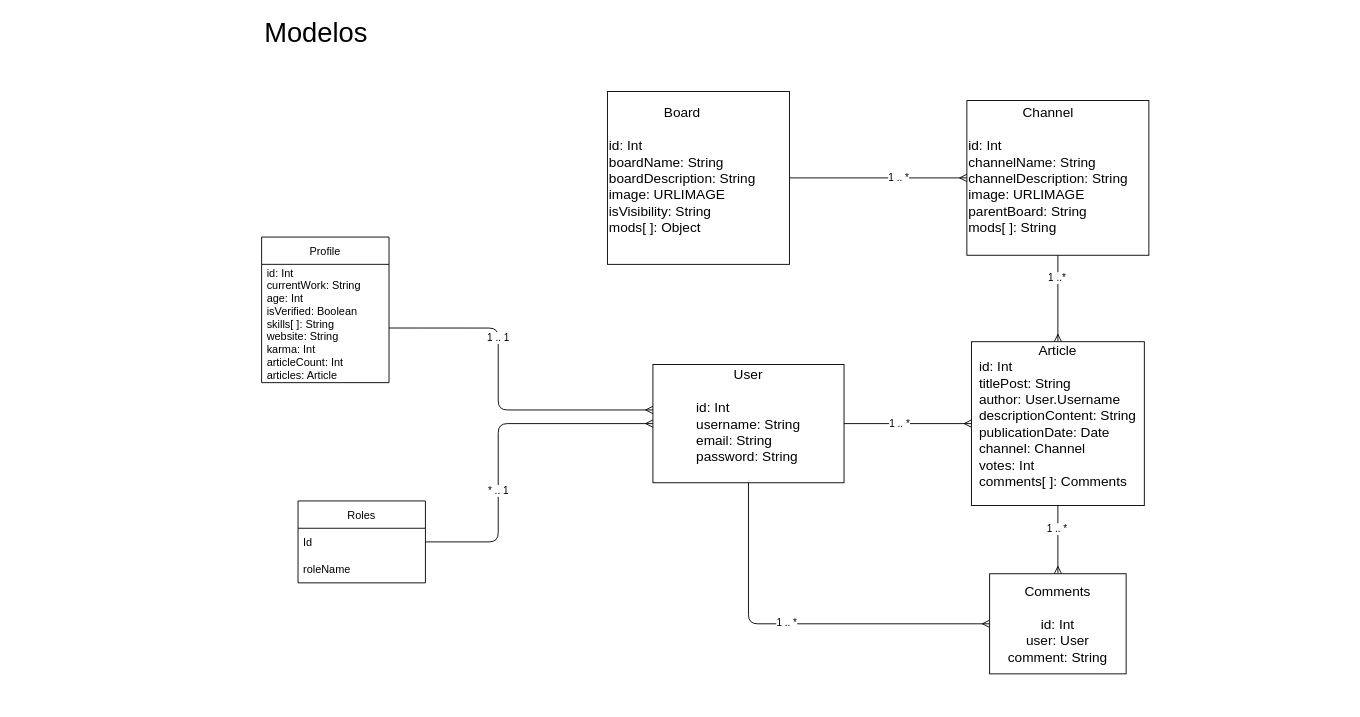
The draw.io diagram page "Models" (1 of 3) of main.drawio in 0Mando/SocialNetworkAnalysis, before the edit. Source tidied: cells renumbered, new cells numbered last; positions are measured from the earlier drawing's top-left corner, leaving out a move shared by most shapes. Both pictures are drawn from the tidied source at 91%, with x=0, y=0 at pixel (261, 18).
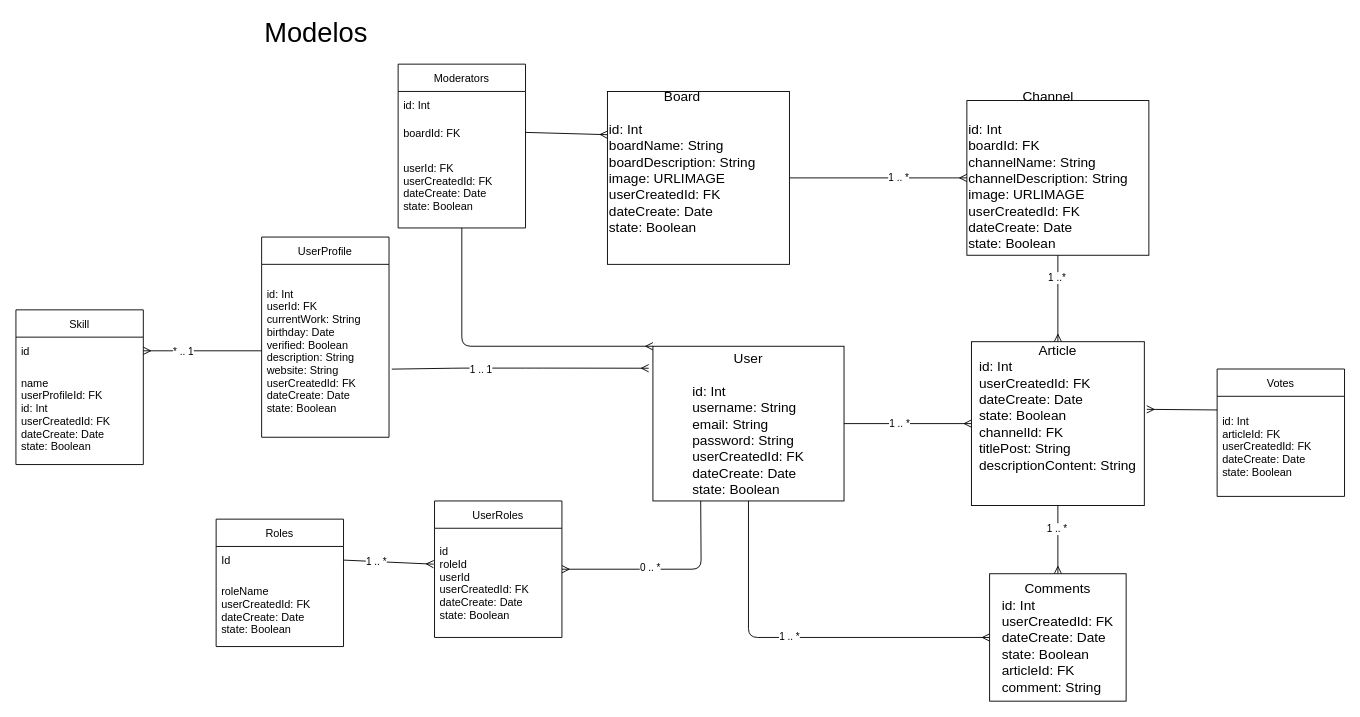
The same page after the edit.

The change refers to these unchanged cells:
```xml
<mxCell id="19" value="Id" style="text;strokeColor=none;fillColor=none;align=left;verticalAlign=middle;spacingLeft=4;spacingRight=4;overflow=hidden;points=[[0,0.5],[1,0.5]];portConstraint=eastwest;" parent="18" vertex="1">
  <mxGeometry y="30" width="140" height="30" as="geometry" />
</mxCell>
```

Diff of the diagram source:
```diff
@@
     <mxCell id="5" style="edgeStyle=none;html=1;exitX=0.5;exitY=1;exitDx=0;exitDy=0;entryX=0;entryY=0.5;entryDx=0;entryDy=0;endArrow=ERmany;endFill=0;" parent="1" edge="1" source="7" target="17">
       <mxGeometry relative="1" as="geometry">
         <Array as="points">
-          <mxPoint x="535" y="665" />
+          <mxPoint x="535" y="680" />
         </Array>
       </mxGeometry>
     </mxCell>
@@
+    <mxCell id="27" style="edgeStyle=none;html=1;exitX=0.25;exitY=1;exitDx=0;exitDy=0;entryX=1;entryY=0.5;entryDx=0;entryDy=0;endArrow=ERmany;endFill=0;" parent="1" edge="1" source="7" target="36">
+      <mxGeometry relative="1" as="geometry">
+        <Array as="points">
+          <mxPoint x="483" y="605" />
+        </Array>
+      </mxGeometry>
+    </mxCell>
+    <mxCell id="28" value="0 .. *" style="edgeLabel;html=1;align=center;verticalAlign=middle;" parent="27" vertex="1">
+      <mxGeometry x="0.16" y="-2" relative="1" as="geometry" />
+    </mxCell>
-    <mxCell id="7" value="User&lt;br&gt;&lt;br&gt;&lt;div style=&quot;text-align: left&quot;&gt;&lt;span&gt;id: Int&lt;/span&gt;&lt;/div&gt;&lt;div style=&quot;text-align: left&quot;&gt;&lt;span&gt;username: String&lt;/span&gt;&lt;/div&gt;&lt;div style=&quot;text-align: left&quot;&gt;&lt;span&gt;email: String&lt;/span&gt;&lt;/div&gt;&lt;div style=&quot;text-align: left&quot;&gt;&lt;span&gt;password: String&lt;/span&gt;&lt;/div&gt;&lt;div style=&quot;text-align: left&quot;&gt;&lt;br&gt;&lt;/div&gt;" style="rounded=0;whiteSpace=wrap;html=1;fontSize=15;" parent="1" vertex="1">
-      <mxGeometry x="430" y="380" width="210" height="130" as="geometry" />
+    <mxCell id="7" value="User&lt;br&gt;&lt;br&gt;&lt;div style=&quot;text-align: left&quot;&gt;&lt;span&gt;id: Int&lt;/span&gt;&lt;/div&gt;&lt;div style=&quot;text-align: left&quot;&gt;&lt;span&gt;username: String&lt;/span&gt;&lt;/div&gt;&lt;div style=&quot;text-align: left&quot;&gt;&lt;span&gt;email: String&lt;/span&gt;&lt;/div&gt;&lt;div style=&quot;text-align: left&quot;&gt;&lt;span&gt;password: String&lt;/span&gt;&lt;/div&gt;&lt;div style=&quot;text-align: left&quot;&gt;&lt;div&gt;&lt;div&gt;userCreatedId: FK&lt;/div&gt;&lt;div&gt;dateCreate: Date&lt;br&gt;&lt;/div&gt;&lt;div&gt;state: Boolean&lt;/div&gt;&lt;/div&gt;&lt;/div&gt;" style="rounded=0;whiteSpace=wrap;html=1;fontSize=15;" parent="1" vertex="1">
+      <mxGeometry x="430" y="360" width="210" height="170" as="geometry" />
     </mxCell>
@@
-    <mxCell id="10" value="Article&lt;br&gt;&lt;div style=&quot;text-align: left&quot;&gt;id: Int&lt;/div&gt;&lt;div style=&quot;text-align: left&quot;&gt;&lt;span&gt;titlePost: String&lt;/span&gt;&lt;/div&gt;&lt;div style=&quot;text-align: left&quot;&gt;&lt;span&gt;author: User.Username&lt;/span&gt;&lt;/div&gt;&lt;div style=&quot;text-align: left&quot;&gt;&lt;span&gt;descriptionContent: String&lt;/span&gt;&lt;/div&gt;&lt;div style=&quot;text-align: left&quot;&gt;publicationDate: Date&lt;/div&gt;&lt;div style=&quot;text-align: left&quot;&gt;channel: Channel&lt;/div&gt;&lt;div style=&quot;text-align: left&quot;&gt;votes: Int&lt;/div&gt;&lt;div style=&quot;text-align: left&quot;&gt;comments[ ]: Comments&lt;/div&gt;&lt;div style=&quot;text-align: left&quot;&gt;&lt;br&gt;&lt;/div&gt;" style="rounded=0;whiteSpace=wrap;html=1;fontSize=15;" parent="1" vertex="1">
+    <mxCell id="10" value="Article&lt;br&gt;&lt;div style=&quot;text-align: left&quot;&gt;id: Int&lt;/div&gt;&lt;div style=&quot;text-align: left&quot;&gt;&lt;div&gt;userCreatedId: FK&lt;/div&gt;&lt;div&gt;dateCreate: Date&lt;br&gt;&lt;/div&gt;&lt;div&gt;state: Boolean&lt;/div&gt;&lt;/div&gt;&lt;div style=&quot;text-align: left&quot;&gt;channelId: FK&lt;br&gt;&lt;/div&gt;&lt;div style=&quot;text-align: left&quot;&gt;&lt;span&gt;titlePost: String&lt;/span&gt;&lt;/div&gt;&lt;div style=&quot;text-align: left&quot;&gt;&lt;span&gt;descriptionContent: String&lt;/span&gt;&lt;br&gt;&lt;/div&gt;&lt;div style=&quot;text-align: left&quot;&gt;&lt;br&gt;&lt;/div&gt;&lt;div style=&quot;text-align: left&quot;&gt;&lt;br&gt;&lt;/div&gt;" style="rounded=0;whiteSpace=wrap;html=1;fontSize=15;" parent="1" vertex="1">
       <mxGeometry x="780" y="355" width="190" height="180" as="geometry" />
     </mxCell>
@@
-    <mxCell id="13" value="&lt;div style=&quot;text-align: center&quot;&gt;&lt;span&gt;Channel&lt;/span&gt;&lt;/div&gt;&lt;div&gt;&lt;span style=&quot;font-size: 15px&quot;&gt;&lt;br&gt;&lt;/span&gt;&lt;/div&gt;&lt;div&gt;&lt;div&gt;&lt;span&gt;id: Int&lt;/span&gt;&lt;/div&gt;&lt;div&gt;&lt;span&gt;channelName: String&lt;/span&gt;&lt;/div&gt;&lt;span&gt;&lt;div&gt;&lt;span&gt;channelDescription: String&lt;/span&gt;&lt;/div&gt;&lt;/span&gt;&lt;span&gt;&lt;div&gt;&lt;span&gt;image: URLIMAGE&lt;/span&gt;&lt;/div&gt;&lt;div&gt;parentBoard: String&lt;/div&gt;&lt;div&gt;mods[ ]: String&lt;/div&gt;&lt;div&gt;&lt;br&gt;&lt;/div&gt;&lt;/span&gt;&lt;/div&gt;" style="rounded=0;whiteSpace=wrap;html=1;fontSize=15;align=left;" parent="1" vertex="1">
+    <mxCell id="13" value="&lt;div style=&quot;text-align: center&quot;&gt;&lt;span&gt;Channel&lt;/span&gt;&lt;/div&gt;&lt;div&gt;&lt;span style=&quot;font-size: 15px&quot;&gt;&lt;br&gt;&lt;/span&gt;&lt;/div&gt;&lt;div&gt;&lt;div&gt;&lt;span&gt;id: Int&lt;/span&gt;&lt;/div&gt;&lt;div&gt;&lt;span&gt;boardId: FK&lt;/span&gt;&lt;/div&gt;&lt;div&gt;&lt;span&gt;channelName: String&lt;/span&gt;&lt;/div&gt;&lt;span&gt;&lt;div&gt;&lt;span&gt;channelDescription: String&lt;/span&gt;&lt;/div&gt;&lt;/span&gt;&lt;span&gt;&lt;div&gt;&lt;span&gt;image: URLIMAGE&lt;/span&gt;&lt;/div&gt;&lt;div&gt;&lt;div&gt;&lt;div&gt;userCreatedId: FK&lt;/div&gt;&lt;div&gt;dateCreate: Date&lt;br&gt;&lt;/div&gt;&lt;div&gt;state: Boolean&lt;/div&gt;&lt;/div&gt;&lt;/div&gt;&lt;div&gt;&lt;br&gt;&lt;/div&gt;&lt;/span&gt;&lt;/div&gt;" style="rounded=0;whiteSpace=wrap;html=1;fontSize=15;align=left;" parent="1" vertex="1">
       <mxGeometry x="775" y="90" width="200" height="170" as="geometry" />
     </mxCell>
@@
-    <mxCell id="16" value="&lt;div style=&quot;text-align: center&quot;&gt;Board&lt;/div&gt;&lt;div style=&quot;text-align: center&quot;&gt;&lt;br&gt;&lt;/div&gt;&lt;div&gt;&lt;div&gt;&lt;span&gt;id: Int&lt;/span&gt;&lt;/div&gt;&lt;div&gt;&lt;span&gt;boardName: String&lt;/span&gt;&lt;/div&gt;&lt;span&gt;&lt;div&gt;&lt;span&gt;boardDescription: String&lt;/span&gt;&lt;/div&gt;&lt;/span&gt;&lt;span&gt;&lt;div&gt;&lt;span&gt;image: URLIMAGE&lt;/span&gt;&lt;/div&gt;&lt;div&gt;isVisibility: String&lt;/div&gt;&lt;div&gt;mods[ ]: Object&lt;/div&gt;&lt;div&gt;&lt;br&gt;&lt;/div&gt;&lt;/span&gt;&lt;/div&gt;" style="rounded=0;whiteSpace=wrap;html=1;fontSize=15;align=left;" parent="1" vertex="1">
+    <mxCell id="16" value="&lt;div style=&quot;text-align: center&quot;&gt;Board&lt;/div&gt;&lt;div style=&quot;text-align: center&quot;&gt;&lt;br&gt;&lt;/div&gt;&lt;div&gt;&lt;div&gt;&lt;span&gt;id: Int&lt;/span&gt;&lt;/div&gt;&lt;div&gt;&lt;span&gt;boardName: String&lt;/span&gt;&lt;/div&gt;&lt;span&gt;&lt;div&gt;&lt;span&gt;boardDescription: String&lt;/span&gt;&lt;/div&gt;&lt;/span&gt;&lt;span&gt;&lt;div&gt;&lt;span&gt;image: URLIMAGE&lt;/span&gt;&lt;/div&gt;&lt;div&gt;&lt;div&gt;&lt;div&gt;userCreatedId: FK&lt;/div&gt;&lt;div&gt;dateCreate: Date&lt;br&gt;&lt;/div&gt;&lt;div&gt;state: Boolean&lt;/div&gt;&lt;/div&gt;&lt;/div&gt;&lt;div&gt;&lt;br&gt;&lt;/div&gt;&lt;div&gt;&lt;br&gt;&lt;/div&gt;&lt;/span&gt;&lt;/div&gt;" style="rounded=0;whiteSpace=wrap;html=1;fontSize=15;align=left;" parent="1" vertex="1">
       <mxGeometry x="380" y="80" width="200" height="190" as="geometry" />
     </mxCell>
-    <mxCell id="17" value="Comments&lt;br&gt;&lt;br&gt;id: Int&lt;br&gt;user: User&lt;br&gt;comment: String" style="whiteSpace=wrap;html=1;fontSize=15;" parent="1" vertex="1">
-      <mxGeometry x="800" y="610" width="150" height="110" as="geometry" />
+    <mxCell id="17" value="Comments&lt;br&gt;&lt;div style=&quot;text-align: left&quot;&gt;id: Int&lt;/div&gt;&lt;div style=&quot;text-align: left&quot;&gt;&lt;div&gt;userCreatedId: FK&lt;/div&gt;&lt;div&gt;dateCreate: Date&lt;br&gt;&lt;/div&gt;&lt;div&gt;state: Boolean&lt;/div&gt;&lt;/div&gt;&lt;div style=&quot;text-align: left&quot;&gt;&lt;span&gt;articleId: FK&lt;/span&gt;&lt;/div&gt;&lt;div style=&quot;text-align: left&quot;&gt;&lt;span&gt;comment: String&lt;/span&gt;&lt;/div&gt;" style="whiteSpace=wrap;html=1;fontSize=15;" parent="1" vertex="1">
+      <mxGeometry x="800" y="610" width="150" height="140" as="geometry" />
     </mxCell>
     <mxCell id="18" value="Roles" style="swimlane;fontStyle=0;horizontal=1;startSize=30;" parent="1" vertex="1">
-      <mxGeometry x="40" y="530" width="140" height="90" as="geometry" />
+      <mxGeometry x="-50" y="550" width="140" height="140" as="geometry" />
     </mxCell>
@@
-    <mxCell id="20" value="roleName" style="text;strokeColor=none;fillColor=none;align=left;verticalAlign=middle;spacingLeft=4;spacingRight=4;overflow=hidden;" parent="18" vertex="1">
-      <mxGeometry y="60" width="140" height="30" as="geometry" />
+    <mxCell id="20" value="roleName&#10;userCreatedId: FK&#10;dateCreate: Date&#10;state: Boolean" style="text;strokeColor=none;fillColor=none;align=left;verticalAlign=middle;spacingLeft=4;spacingRight=4;overflow=hidden;" parent="18" vertex="1">
+      <mxGeometry y="60" width="140" height="80" as="geometry" />
     </mxCell>
-    <mxCell id="21" style="edgeStyle=none;html=1;exitX=1;exitY=0.5;exitDx=0;exitDy=0;entryX=0;entryY=0.5;entryDx=0;entryDy=0;endArrow=ERmany;endFill=0;" parent="1" edge="1" source="19" target="7">
-      <mxGeometry relative="1" as="geometry">
-        <Array as="points">
-          <mxPoint x="260" y="575" />
-          <mxPoint x="260" y="445" />
-        </Array>
-      </mxGeometry>
-    </mxCell>
-    <mxCell id="22" value="* .. 1" style="edgeLabel;html=1;align=center;verticalAlign=middle;" parent="21" vertex="1">
-      <mxGeometry x="-0.28" y="1" relative="1" as="geometry" />
-    </mxCell>
-    <mxCell id="23" value="Profile" style="swimlane;fontStyle=0;horizontal=1;startSize=30;" parent="1" vertex="1">
-      <mxGeometry y="240" width="140" height="160" as="geometry" />
+    <mxCell id="23" value="UserProfile" style="swimlane;fontStyle=0;horizontal=1;startSize=30;" parent="1" vertex="1">
+      <mxGeometry y="240" width="140" height="220" as="geometry" />
     </mxCell>
-    <mxCell id="24" value="id: Int&#10;currentWork: String&#10;age: Int&#10;isVerified: Boolean&#10;skills[ ]: String&#10;website: String&#10;karma: Int&#10;articleCount: Int&#10;articles: Article" style="text;strokeColor=none;fillColor=none;align=left;verticalAlign=middle;spacingLeft=4;spacingRight=4;overflow=hidden;points=[[0,0.5],[1,0.5]];portConstraint=eastwest;" parent="23" vertex="1">
-      <mxGeometry y="30" width="140" height="130" as="geometry" />
+    <mxCell id="24" value="id: Int&#10;userId: FK&#10;currentWork: String&#10;birthday: Date&#10;verified: Boolean&#10;description: String&#10;website: String&#10;userCreatedId: FK&#10;dateCreate: Date&#10;state: Boolean" style="text;strokeColor=none;fillColor=none;align=left;verticalAlign=middle;spacingLeft=4;spacingRight=4;overflow=hidden;points=[[0,0.5],[1,0.5]];portConstraint=eastwest;" parent="23" vertex="1">
+      <mxGeometry y="30" width="140" height="190" as="geometry" />
     </mxCell>
-    <mxCell id="25" style="edgeStyle=none;html=1;endArrow=ERmany;endFill=0;exitX=1;exitY=0.538;exitDx=0;exitDy=0;exitPerimeter=0;" parent="1" edge="1" source="24">
+    <mxCell id="25" style="edgeStyle=none;html=1;endArrow=ERmany;endFill=0;exitX=1.022;exitY=0.606;exitDx=0;exitDy=0;exitPerimeter=0;entryX=-0.022;entryY=0.142;entryDx=0;entryDy=0;entryPerimeter=0;" parent="1" edge="1" source="24" target="7">
       <mxGeometry relative="1" as="geometry">
-        <mxPoint x="430" y="430" as="targetPoint" />
         <Array as="points">
-          <mxPoint x="260" y="340" />
-          <mxPoint x="260" y="430" />
+          <mxPoint x="220" y="384" />
+          <mxPoint x="300" y="384" />
         </Array>
       </mxGeometry>
     </mxCell>
@@
+    <mxCell id="29" value="Votes" style="swimlane;fontStyle=0;horizontal=1;startSize=30;" parent="1" vertex="1">
+      <mxGeometry x="1050" y="385" width="140" height="140" as="geometry" />
+    </mxCell>
+    <mxCell id="30" value="id: Int&#10;articleId: FK&#10;userCreatedId: FK&#10;dateCreate: Date&#10;state: Boolean" style="text;strokeColor=none;fillColor=none;align=left;verticalAlign=middle;spacingLeft=4;spacingRight=4;overflow=hidden;" parent="29" vertex="1">
+      <mxGeometry y="30" width="140" height="110" as="geometry" />
+    </mxCell>
+    <mxCell id="31" style="edgeStyle=none;html=1;exitX=0;exitY=0.5;exitDx=0;exitDy=0;entryX=1.014;entryY=0.413;entryDx=0;entryDy=0;entryPerimeter=0;endArrow=ERmany;endFill=0;" parent="1" edge="1" target="10">
+      <mxGeometry relative="1" as="geometry">
+        <mxPoint x="1050" y="430" as="sourcePoint" />
+      </mxGeometry>
+    </mxCell>
+    <mxCell id="32" value="Skill" style="swimlane;fontStyle=0;horizontal=1;startSize=30;" parent="1" vertex="1">
+      <mxGeometry x="-270" y="320" width="140" height="170" as="geometry" />
+    </mxCell>
+    <mxCell id="33" value="id" style="text;strokeColor=none;fillColor=none;align=left;verticalAlign=middle;spacingLeft=4;spacingRight=4;overflow=hidden;points=[[0,0.5],[1,0.5]];portConstraint=eastwest;" parent="32" vertex="1">
+      <mxGeometry y="30" width="140" height="30" as="geometry" />
+    </mxCell>
+    <mxCell id="34" value="name&#10;userProfileId: FK&#10;id: Int&#10;userCreatedId: FK&#10;dateCreate: Date&#10;state: Boolean" style="text;strokeColor=none;fillColor=none;align=left;verticalAlign=middle;spacingLeft=4;spacingRight=4;overflow=hidden;" parent="32" vertex="1">
+      <mxGeometry y="60" width="140" height="110" as="geometry" />
+    </mxCell>
+    <mxCell id="35" style="edgeStyle=none;html=1;endArrow=ERmany;endFill=0;entryX=1;entryY=0.5;entryDx=0;entryDy=0;" parent="1" edge="1" source="24" target="33">
+      <mxGeometry relative="1" as="geometry" />
+    </mxCell>
+    <mxCell id="22" value="* .. 1" style="edgeLabel;html=1;align=center;verticalAlign=middle;" parent="35" vertex="1">
+      <mxGeometry x="0.34" relative="1" as="geometry" />
+    </mxCell>
+    <mxCell id="36" value="UserRoles" style="swimlane;fontStyle=0;horizontal=1;startSize=30;" parent="1" vertex="1">
+      <mxGeometry x="190" y="530" width="140" height="150" as="geometry" />
+    </mxCell>
+    <mxCell id="37" value="id&#10;roleId&#10;userId&#10;userCreatedId: FK&#10;dateCreate: Date&#10;state: Boolean" style="text;strokeColor=none;fillColor=none;align=left;verticalAlign=middle;spacingLeft=4;spacingRight=4;overflow=hidden;points=[[0,0.5],[1,0.5]];portConstraint=eastwest;" parent="36" vertex="1">
+      <mxGeometry y="30" width="140" height="120" as="geometry" />
+    </mxCell>
+    <mxCell id="38" style="edgeStyle=none;html=1;exitX=1;exitY=0.5;exitDx=0;exitDy=0;entryX=-0.007;entryY=0.329;entryDx=0;entryDy=0;entryPerimeter=0;endArrow=ERmany;endFill=0;" parent="1" edge="1" source="19" target="37">
+      <mxGeometry relative="1" as="geometry" />
+    </mxCell>
+    <mxCell id="39" value="1 .. *" style="edgeLabel;html=1;align=center;verticalAlign=middle;" parent="38" vertex="1">
+      <mxGeometry x="-0.27" relative="1" as="geometry" />
+    </mxCell>
+    <mxCell id="40" value="Moderators" style="swimlane;fontStyle=0;horizontal=1;startSize=30;" parent="1" vertex="1">
+      <mxGeometry x="150" y="50" width="140" height="180" as="geometry" />
+    </mxCell>
+    <mxCell id="41" value="id: Int" style="text;strokeColor=none;fillColor=none;align=left;verticalAlign=middle;spacingLeft=4;spacingRight=4;overflow=hidden;" parent="40" vertex="1">
+      <mxGeometry y="30" width="140" height="30" as="geometry" />
+    </mxCell>
+    <mxCell id="42" value="boardId: FK" style="text;strokeColor=none;fillColor=none;align=left;verticalAlign=middle;spacingLeft=4;spacingRight=4;overflow=hidden;points=[[0,0.5],[1,0.5]];portConstraint=eastwest;" parent="40" vertex="1">
+      <mxGeometry y="60" width="140" height="30" as="geometry" />
+    </mxCell>
+    <mxCell id="43" value="userId: FK&#10;userCreatedId: FK&#10;dateCreate: Date&#10;state: Boolean" style="text;strokeColor=none;fillColor=none;align=left;verticalAlign=middle;spacingLeft=4;spacingRight=4;overflow=hidden;points=[[0,0.5],[1,0.5]];portConstraint=eastwest;" parent="40" vertex="1">
+      <mxGeometry y="90" width="140" height="90" as="geometry" />
+    </mxCell>
+    <mxCell id="44" style="edgeStyle=none;html=1;exitX=1;exitY=0.5;exitDx=0;exitDy=0;entryX=0;entryY=0.25;entryDx=0;entryDy=0;endArrow=ERmany;endFill=0;" parent="1" edge="1" source="42" target="16">
+      <mxGeometry relative="1" as="geometry" />
+    </mxCell>
+    <mxCell id="45" style="edgeStyle=none;html=1;entryX=0;entryY=0;entryDx=0;entryDy=0;endArrow=ERmany;endFill=0;" parent="1" edge="1" source="43" target="7">
+      <mxGeometry relative="1" as="geometry">
+        <Array as="points">
+          <mxPoint x="220" y="360" />
+        </Array>
+      </mxGeometry>
+    </mxCell>
```
